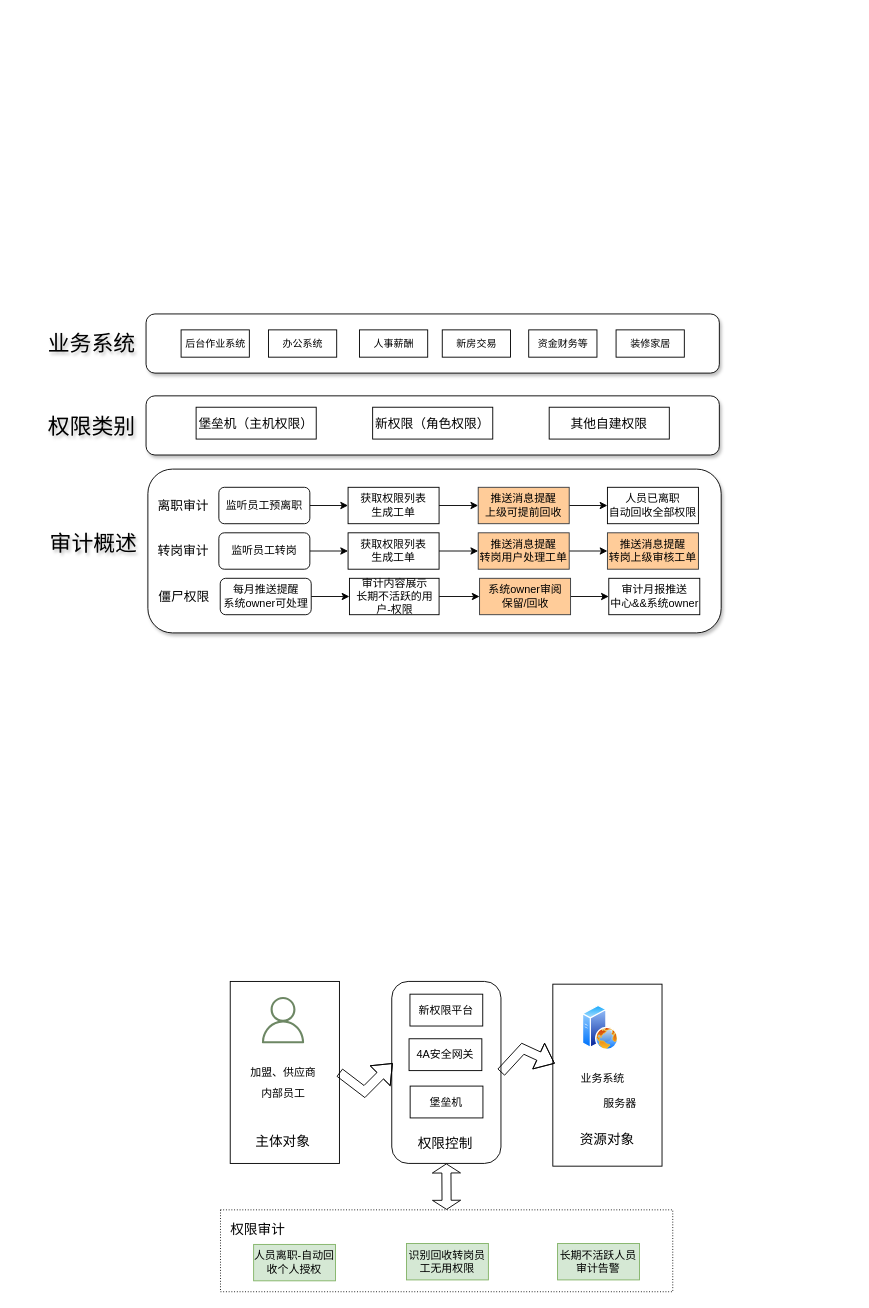
This is page "权限管控概述" (4 of 10) of 权限审计.drawio from zpxiao-ios/hello-world, a draw.io file, before an edit. Source tidied: cells renumbered, new cells numbered last; positions are measured from the earlier drawing's top-left corner, leaving out a move shared by most shapes. Both pictures are drawn from the tidied source at 91%, with x=0, y=0 at pixel (39, 314).
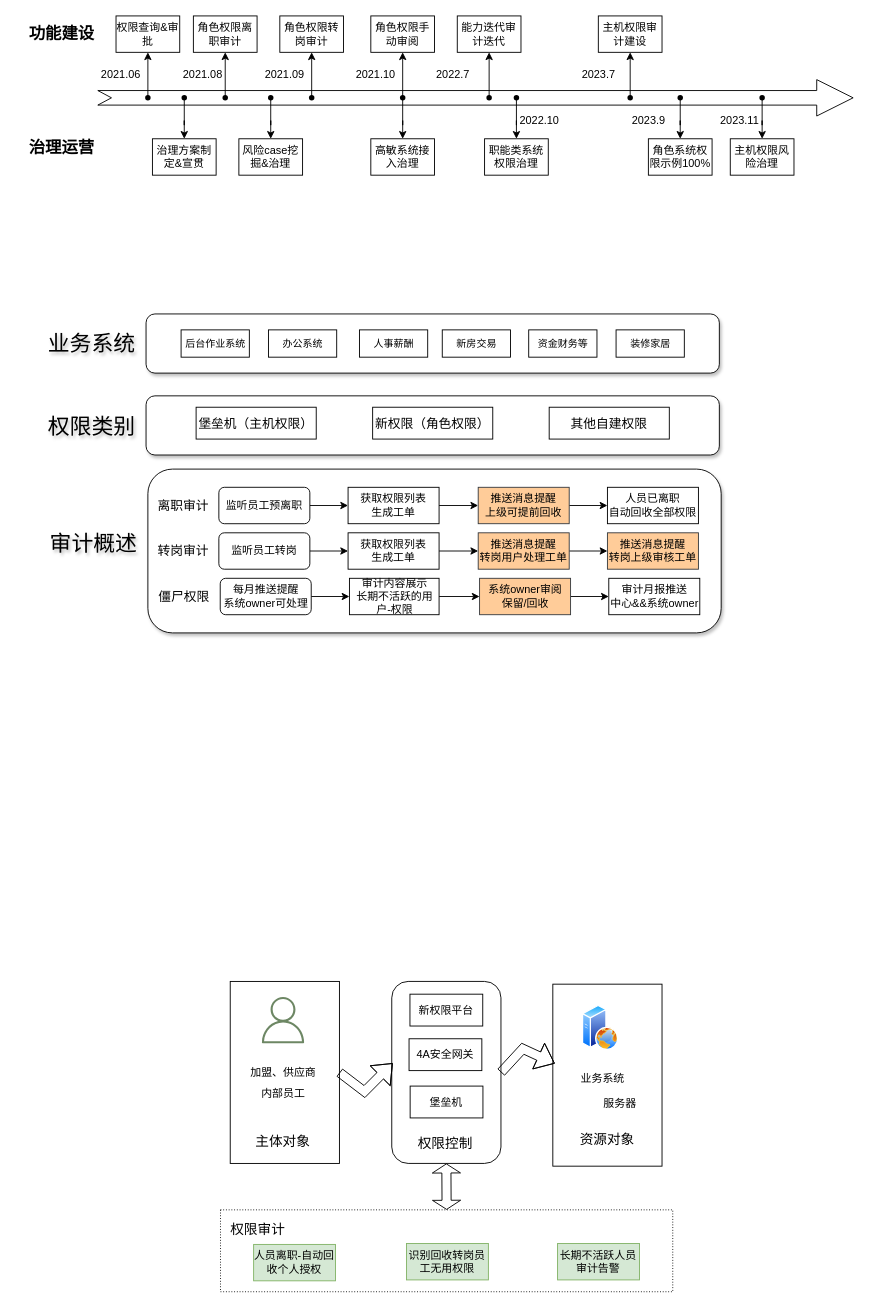
Above is the later version.

The edit, as a diff of the source:
```diff
@@
+    <mxCell id="67" style="html=1;shadow=0;dashed=0;align=center;verticalAlign=middle;shape=mxgraph.arrows2.arrow;dy=0.6;dx=40;notch=15;" parent="1" vertex="1">
+      <mxGeometry x="64" y="-258" width="830" height="40" as="geometry" />
+    </mxCell>
+    <mxCell id="68" value="2021.06" style="text;html=1;align=center;verticalAlign=middle;strokeColor=none;fillColor=none;" parent="1" vertex="1">
+      <mxGeometry x="54" y="-278" width="70" height="30" as="geometry" />
+    </mxCell>
+    <mxCell id="69" style="edgeStyle=orthogonalEdgeStyle;rounded=0;jettySize=auto;html=1;" parent="1" edge="1" source="70" target="89">
+      <mxGeometry relative="1" as="geometry" />
+    </mxCell>
+    <mxCell id="70" style="shape=waypoint;sketch=0;size=6;points=[];fillColor=none;perimeter=centerPerimeter;snapToPoint=1;" parent="1" vertex="1">
+      <mxGeometry x="109" y="-248" width="20" height="20" as="geometry" />
+    </mxCell>
+    <mxCell id="71" style="edgeStyle=orthogonalEdgeStyle;rounded=0;jettySize=auto;html=1;entryX=0.5;entryY=1;entryDx=0;entryDy=0;" parent="1" edge="1" source="72" target="85">
+      <mxGeometry relative="1" as="geometry" />
+    </mxCell>
+    <mxCell id="72" style="shape=waypoint;sketch=0;size=6;points=[];fillColor=none;perimeter=centerPerimeter;snapToPoint=1;" parent="1" vertex="1">
+      <mxGeometry x="194" y="-248" width="20" height="20" as="geometry" />
+    </mxCell>
+    <mxCell id="73" style="edgeStyle=orthogonalEdgeStyle;rounded=0;jettySize=auto;html=1;entryX=0.5;entryY=1;entryDx=0;entryDy=0;" parent="1" edge="1" source="74" target="90">
+      <mxGeometry relative="1" as="geometry" />
+    </mxCell>
+    <mxCell id="74" style="shape=waypoint;sketch=0;size=6;points=[];fillColor=none;perimeter=centerPerimeter;snapToPoint=1;" parent="1" vertex="1">
+      <mxGeometry x="389" y="-248" width="20" height="20" as="geometry" />
+    </mxCell>
+    <mxCell id="75" style="edgeStyle=orthogonalEdgeStyle;rounded=0;jettySize=auto;html=1;" parent="1" edge="1" source="76" target="88">
+      <mxGeometry relative="1" as="geometry" />
+    </mxCell>
+    <mxCell id="76" style="shape=waypoint;sketch=0;size=6;points=[];fillColor=none;perimeter=centerPerimeter;snapToPoint=1;" parent="1" vertex="1">
+      <mxGeometry x="289" y="-248" width="20" height="20" as="geometry" />
+    </mxCell>
+    <mxCell id="77" style="edgeStyle=orthogonalEdgeStyle;rounded=0;jettySize=auto;html=1;entryX=0.5;entryY=1;entryDx=0;entryDy=0;" parent="1" edge="1" source="78" target="102">
+      <mxGeometry relative="1" as="geometry" />
+    </mxCell>
+    <mxCell id="78" style="shape=waypoint;sketch=0;size=6;points=[];fillColor=none;perimeter=centerPerimeter;snapToPoint=1;" parent="1" vertex="1">
+      <mxGeometry x="484" y="-248" width="20" height="20" as="geometry" />
+    </mxCell>
+    <mxCell id="79" style="edgeStyle=orthogonalEdgeStyle;rounded=0;jettySize=auto;html=1;" parent="1" edge="1" source="80" target="110">
+      <mxGeometry relative="1" as="geometry" />
+    </mxCell>
+    <mxCell id="80" style="shape=waypoint;sketch=0;size=6;points=[];fillColor=none;perimeter=centerPerimeter;snapToPoint=1;" parent="1" vertex="1">
+      <mxGeometry x="694" y="-248" width="20" height="20" as="geometry" />
+    </mxCell>
+    <mxCell id="81" style="edgeStyle=orthogonalEdgeStyle;rounded=0;jettySize=auto;html=1;entryX=0.5;entryY=1;entryDx=0;entryDy=0;" parent="1" edge="1" source="82" target="108">
+      <mxGeometry relative="1" as="geometry" />
+    </mxCell>
+    <mxCell id="82" style="shape=waypoint;sketch=0;size=6;points=[];fillColor=none;perimeter=centerPerimeter;snapToPoint=1;" parent="1" vertex="1">
+      <mxGeometry x="639" y="-248" width="20" height="20" as="geometry" />
+    </mxCell>
+    <mxCell id="83" style="edgeStyle=orthogonalEdgeStyle;rounded=0;jettySize=auto;html=1;entryX=0.5;entryY=0;entryDx=0;entryDy=0;" parent="1" edge="1" source="84" target="111">
+      <mxGeometry relative="1" as="geometry" />
+    </mxCell>
+    <mxCell id="84" style="shape=waypoint;sketch=0;size=6;points=[];fillColor=none;perimeter=centerPerimeter;snapToPoint=1;" parent="1" vertex="1">
+      <mxGeometry x="784" y="-248" width="20" height="20" as="geometry" />
+    </mxCell>
+    <mxCell id="85" value="角色权限离职审计" style="whiteSpace=wrap;html=1;fillColor=none;sketch=0;" parent="1" vertex="1">
+      <mxGeometry x="169" y="-328" width="70" height="40" as="geometry" />
+    </mxCell>
+    <mxCell id="86" value="2021.08" style="text;html=1;align=center;verticalAlign=middle;strokeColor=none;fillColor=none;" parent="1" vertex="1">
+      <mxGeometry x="144" y="-278" width="70" height="30" as="geometry" />
+    </mxCell>
+    <mxCell id="87" value="2021.09" style="text;html=1;align=center;verticalAlign=middle;strokeColor=none;fillColor=none;" parent="1" vertex="1">
+      <mxGeometry x="234" y="-278" width="70" height="30" as="geometry" />
+    </mxCell>
+    <mxCell id="88" value="角色权限转岗审计" style="whiteSpace=wrap;html=1;fillColor=none;sketch=0;" parent="1" vertex="1">
+      <mxGeometry x="264" y="-328" width="70" height="40" as="geometry" />
+    </mxCell>
+    <mxCell id="89" value="权限查询&amp;amp;审批" style="whiteSpace=wrap;html=1;fillColor=none;sketch=0;" parent="1" vertex="1">
+      <mxGeometry x="84" y="-328" width="70" height="40" as="geometry" />
+    </mxCell>
+    <mxCell id="90" value="角色权限手动审阅" style="whiteSpace=wrap;html=1;fillColor=none;sketch=0;" parent="1" vertex="1">
+      <mxGeometry x="364" y="-328" width="70" height="40" as="geometry" />
+    </mxCell>
+    <mxCell id="91" value="2021.10" style="text;html=1;align=center;verticalAlign=middle;strokeColor=none;fillColor=none;" parent="1" vertex="1">
+      <mxGeometry x="334" y="-278" width="70" height="30" as="geometry" />
+    </mxCell>
+    <mxCell id="92" value="&lt;font style=&quot;font-size: 18px;&quot;&gt;功能建设&lt;/font&gt;" style="text;html=1;align=center;verticalAlign=middle;strokeColor=none;fillColor=none;fontStyle=1;" parent="1" vertex="1">
+      <mxGeometry x="-26" y="-328" width="100" height="40" as="geometry" />
+    </mxCell>
+    <mxCell id="93" value="&lt;font style=&quot;font-size: 18px;&quot;&gt;治理运营&lt;/font&gt;" style="text;html=1;align=center;verticalAlign=middle;strokeColor=none;fillColor=none;fontStyle=1;" parent="1" vertex="1">
+      <mxGeometry x="-26" y="-203" width="100" height="40" as="geometry" />
+    </mxCell>
+    <mxCell id="94" style="edgeStyle=orthogonalEdgeStyle;rounded=0;jettySize=auto;html=1;entryX=0.5;entryY=0;entryDx=0;entryDy=0;" parent="1" edge="1" source="95" target="96">
+      <mxGeometry relative="1" as="geometry" />
+    </mxCell>
+    <mxCell id="95" style="shape=waypoint;sketch=0;size=6;points=[];fillColor=none;perimeter=centerPerimeter;snapToPoint=1;" parent="1" vertex="1">
+      <mxGeometry x="149" y="-248" width="20" height="20" as="geometry" />
+    </mxCell>
+    <mxCell id="96" value="治理方案制定&amp;amp;宣贯" style="whiteSpace=wrap;html=1;fillColor=none;sketch=0;" parent="1" vertex="1">
+      <mxGeometry x="124" y="-193" width="70" height="40" as="geometry" />
+    </mxCell>
+    <mxCell id="97" style="edgeStyle=orthogonalEdgeStyle;rounded=0;jettySize=auto;html=1;entryX=0.5;entryY=0;entryDx=0;entryDy=0;" parent="1" edge="1" source="98" target="99">
+      <mxGeometry relative="1" as="geometry" />
+    </mxCell>
+    <mxCell id="98" style="shape=waypoint;sketch=0;size=6;points=[];fillColor=none;perimeter=centerPerimeter;snapToPoint=1;" parent="1" vertex="1">
+      <mxGeometry x="244" y="-248" width="20" height="20" as="geometry" />
+    </mxCell>
+    <mxCell id="99" value="风险case挖掘&amp;amp;治理" style="whiteSpace=wrap;html=1;fillColor=none;sketch=0;" parent="1" vertex="1">
+      <mxGeometry x="219" y="-193" width="70" height="40" as="geometry" />
+    </mxCell>
+    <mxCell id="100" style="edgeStyle=orthogonalEdgeStyle;rounded=0;jettySize=auto;html=1;entryX=0.5;entryY=0;entryDx=0;entryDy=0;" parent="1" edge="1" source="74" target="101">
+      <mxGeometry relative="1" as="geometry" />
+    </mxCell>
+    <mxCell id="101" value="高敏系统接入治理" style="whiteSpace=wrap;html=1;fillColor=none;sketch=0;" parent="1" vertex="1">
+      <mxGeometry x="364" y="-193" width="70" height="40" as="geometry" />
+    </mxCell>
+    <mxCell id="102" value="能力迭代审计迭代" style="whiteSpace=wrap;html=1;fillColor=none;sketch=0;" parent="1" vertex="1">
+      <mxGeometry x="459" y="-328" width="70" height="40" as="geometry" />
+    </mxCell>
+    <mxCell id="103" value="职能类系统权限治理" style="whiteSpace=wrap;html=1;fillColor=none;sketch=0;" parent="1" vertex="1">
+      <mxGeometry x="489" y="-193" width="70" height="40" as="geometry" />
+    </mxCell>
+    <mxCell id="104" style="edgeStyle=orthogonalEdgeStyle;rounded=0;jettySize=auto;html=1;entryX=0.5;entryY=0;entryDx=0;entryDy=0;" parent="1" edge="1" source="105" target="103">
+      <mxGeometry relative="1" as="geometry" />
+    </mxCell>
+    <mxCell id="105" style="shape=waypoint;sketch=0;size=6;points=[];fillColor=none;perimeter=centerPerimeter;snapToPoint=1;" parent="1" vertex="1">
+      <mxGeometry x="514" y="-248" width="20" height="20" as="geometry" />
+    </mxCell>
+    <mxCell id="106" value="2022.7" style="text;html=1;align=center;verticalAlign=middle;strokeColor=none;fillColor=none;" parent="1" vertex="1">
+      <mxGeometry x="424" y="-278" width="60" height="30" as="geometry" />
+    </mxCell>
+    <mxCell id="107" value="2022.10" style="text;html=1;align=center;verticalAlign=middle;strokeColor=none;fillColor=none;" parent="1" vertex="1">
+      <mxGeometry x="514" y="-228" width="70" height="30" as="geometry" />
+    </mxCell>
+    <mxCell id="108" value="主机权限审计建设" style="whiteSpace=wrap;html=1;fillColor=none;sketch=0;" parent="1" vertex="1">
+      <mxGeometry x="614" y="-328" width="70" height="40" as="geometry" />
+    </mxCell>
+    <mxCell id="109" value="2023.7" style="text;html=1;align=center;verticalAlign=middle;strokeColor=none;fillColor=none;" parent="1" vertex="1">
+      <mxGeometry x="584" y="-278" width="60" height="30" as="geometry" />
+    </mxCell>
+    <mxCell id="110" value="角色系统权限示例100%" style="whiteSpace=wrap;html=1;fillColor=none;sketch=0;" parent="1" vertex="1">
+      <mxGeometry x="669" y="-193" width="70" height="40" as="geometry" />
+    </mxCell>
+    <mxCell id="111" value="主机权限风险治理" style="whiteSpace=wrap;html=1;fillColor=none;sketch=0;" parent="1" vertex="1">
+      <mxGeometry x="759" y="-193" width="70" height="40" as="geometry" />
+    </mxCell>
+    <mxCell id="112" value="2023.9" style="text;html=1;align=center;verticalAlign=middle;strokeColor=none;fillColor=none;" parent="1" vertex="1">
+      <mxGeometry x="639" y="-228" width="60" height="30" as="geometry" />
+    </mxCell>
+    <mxCell id="113" value="2023.11" style="text;html=1;align=center;verticalAlign=middle;strokeColor=none;fillColor=none;" parent="1" vertex="1">
+      <mxGeometry x="734" y="-228" width="70" height="30" as="geometry" />
+    </mxCell>
```
